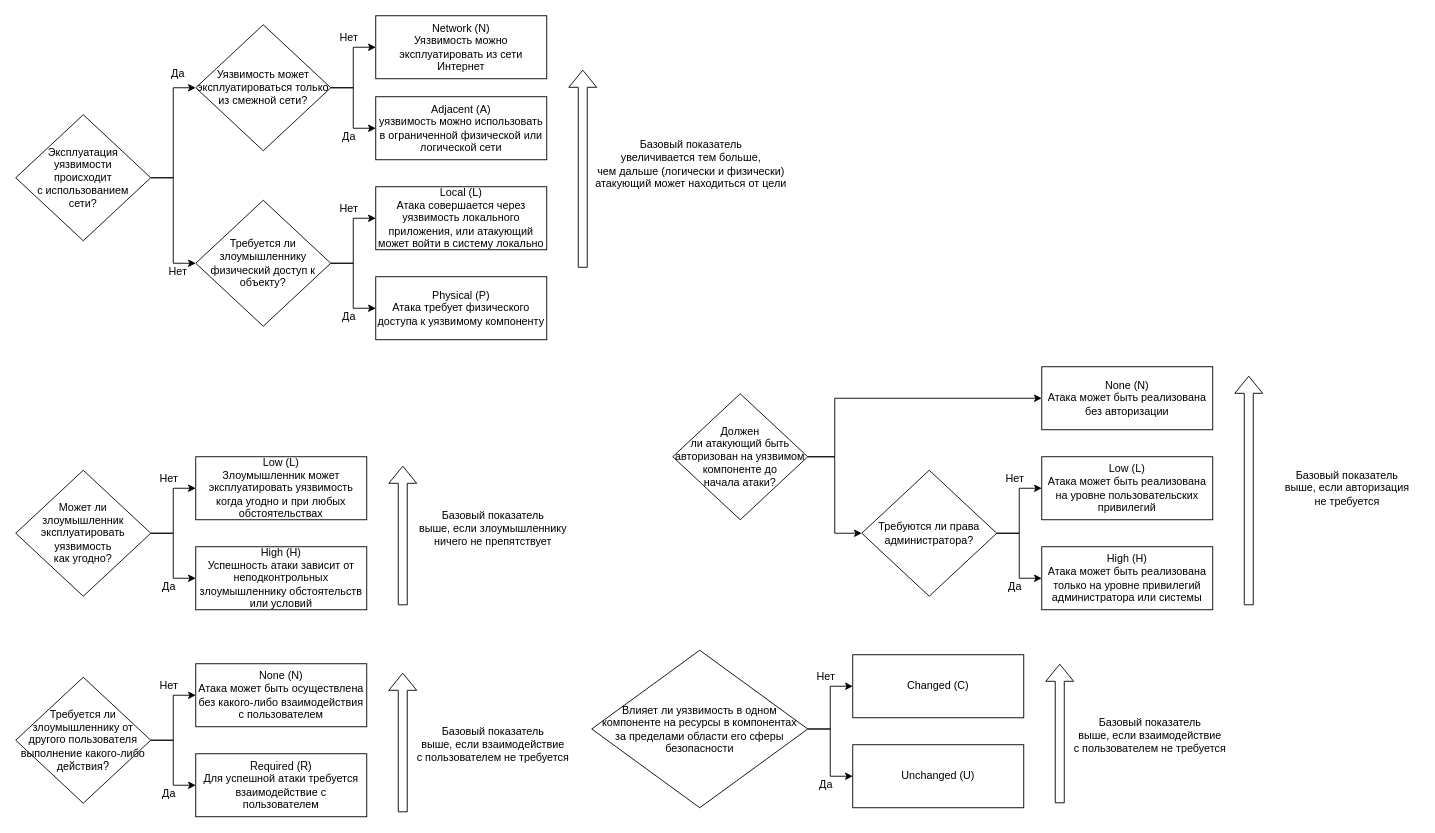
This is page "Страница 2" (2 of 2) of CVSS IDEF.drawio from GevDa140/CVSS, a draw.io file, before an edit. Source tidied: cells renumbered, new cells numbered last; positions are measured from the earlier drawing's top-left corner, leaving out a move shared by most shapes. Both pictures are drawn from the tidied source at 90%, with x=0, y=0 at pixel (15, 15).
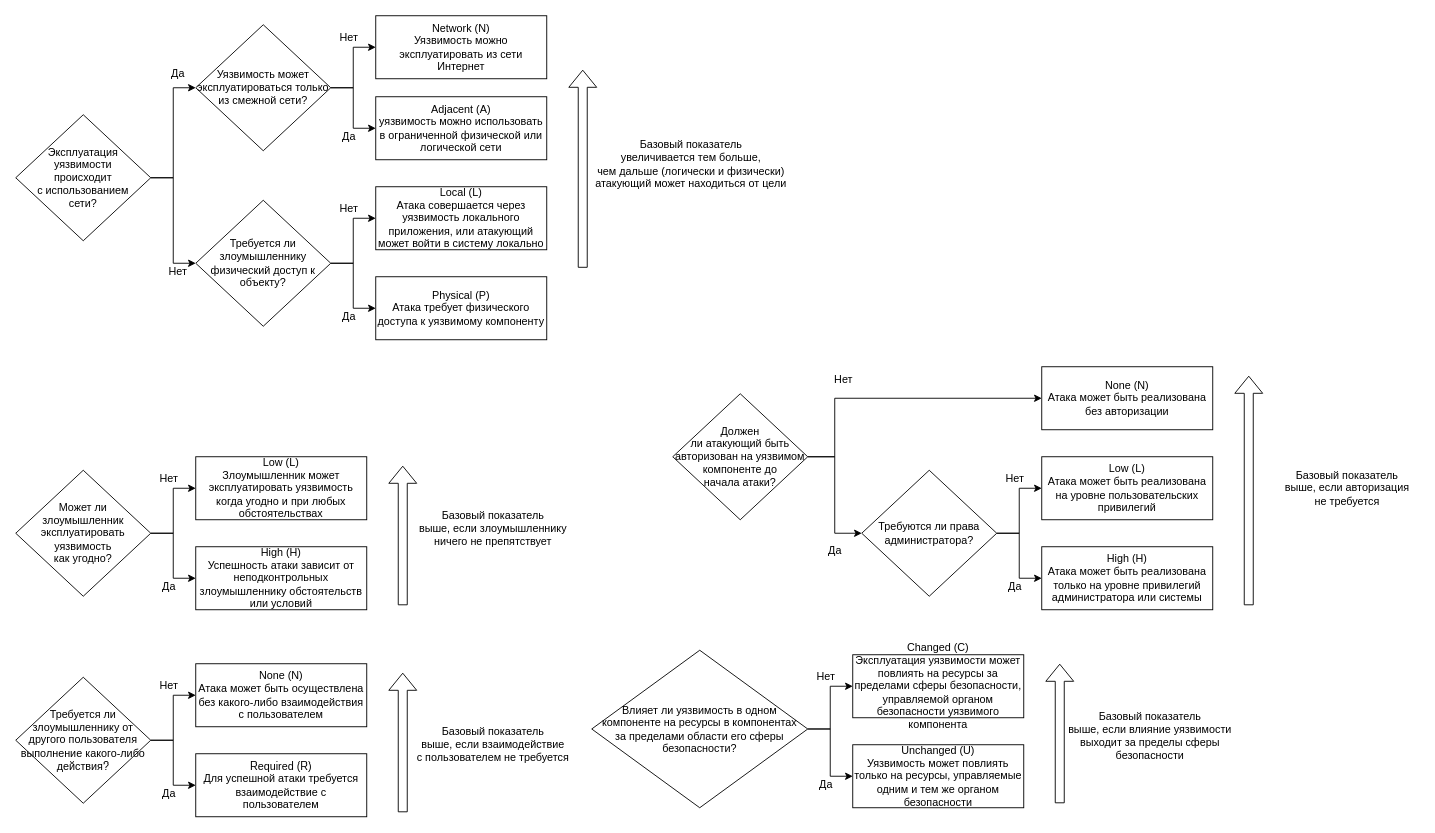
Above is the later version.

Diff of the diagram source:
```diff
@@
-    <mxCell id="56" value="Влияет ли уязвимость в одном компоненте на ресурсы в компонентах&lt;br&gt;за пределами области его сферы безопасности" style="rhombus;whiteSpace=wrap;html=1;" parent="1" vertex="1">
+    <mxCell id="56" value="Влияет ли уязвимость в одном компоненте на ресурсы в компонентах&lt;br&gt;за пределами области его сферы безопасности?" style="rhombus;whiteSpace=wrap;html=1;" parent="1" vertex="1">
       <mxGeometry x="640" y="705" width="240" height="175" as="geometry" />
     </mxCell>
-    <mxCell id="57" value="Changed (C)&lt;br&gt;" style="rounded=0;whiteSpace=wrap;html=1;" parent="1" vertex="1">
+    <mxCell id="57" value="Changed (C)&lt;br&gt;Эксплуатация уязвимости может повлиять на ресурсы за пределами сферы безопасности, управляемой органом безопасности уязвимого компонента" style="rounded=0;whiteSpace=wrap;html=1;" parent="1" vertex="1">
       <mxGeometry x="930" y="710" width="190" height="70" as="geometry" />
     </mxCell>
-    <mxCell id="58" value="Unchanged (U)&lt;br&gt;" style="rounded=0;whiteSpace=wrap;html=1;" parent="1" vertex="1">
+    <mxCell id="58" value="Unchanged (U)&lt;br&gt;&lt;div&gt;Уязвимость может повлиять&lt;/div&gt;&lt;div&gt;только на ресурсы, управляемые одним и тем же органом безопасности&lt;/div&gt;" style="rounded=0;whiteSpace=wrap;html=1;" parent="1" vertex="1">
       <mxGeometry x="930" y="810" width="190" height="70" as="geometry" />
     </mxCell>
@@
-    <mxCell id="62" value="Базовый показатель&lt;br&gt;выше, если взаимодействие&lt;br&gt;с пользователем не требуется" style="text;html=1;align=center;verticalAlign=middle;strokeColor=none;fillColor=none;" parent="1" vertex="1">
-      <mxGeometry x="1165" y="770" width="190" height="60" as="geometry" />
+    <mxCell id="62" value="Базовый показатель&lt;br&gt;выше, если влияние уязвимости&lt;br&gt;выходит за пределы сферы&lt;br&gt;безопасности" style="text;html=1;align=center;verticalAlign=middle;strokeColor=none;fillColor=none;" parent="1" vertex="1">
+      <mxGeometry x="1160" y="765" width="200" height="70" as="geometry" />
     </mxCell>
+    <mxCell id="63" value="Нет" style="text;html=1;strokeColor=none;fillColor=none;align=center;verticalAlign=middle;whiteSpace=wrap;rounded=0;" parent="1" vertex="1">
+      <mxGeometry x="890" y="390" width="60" height="30" as="geometry" />
+    </mxCell>
+    <mxCell id="64" value="Да" style="text;html=1;align=center;verticalAlign=middle;strokeColor=none;fillColor=none;" parent="1" vertex="1">
+      <mxGeometry x="890" y="580" width="40" height="30" as="geometry" />
+    </mxCell>
```
